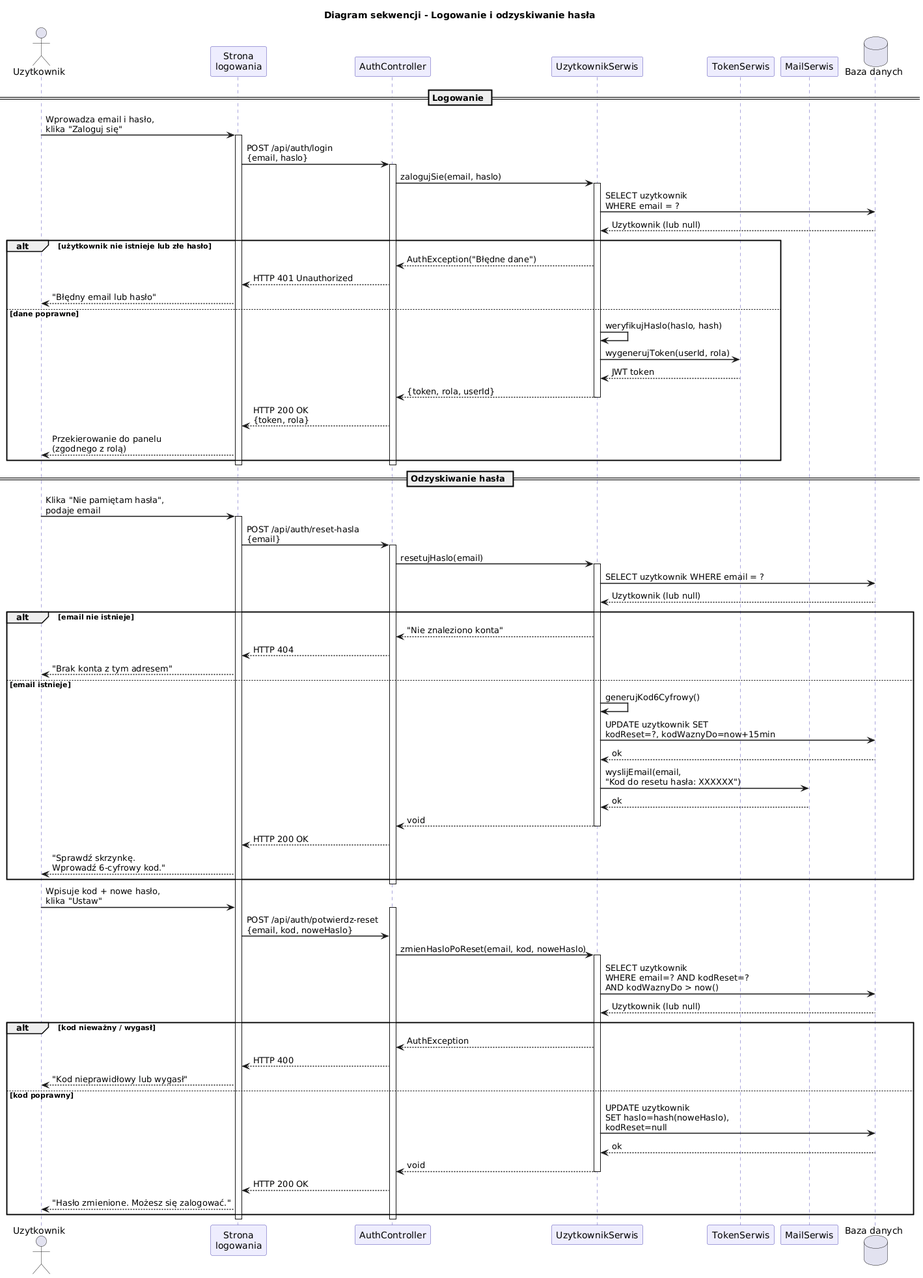
lukaszdeja/Delfinek keeps this PlantUML diagram as DiagramySekwencji/logowanieSekwencja.png. Above is the earlier version. Source of this version:
```plantuml
@startuml
title Diagram sekwencji - Logowanie i odzyskiwanie hasła

skinparam sequenceArrowThickness 1.5
skinparam participantBorderColor #534AB7
skinparam participantBackgroundColor #EEEDFE
skinparam sequenceLifeLineBorderColor #534AB7

actor Uzytkownik as U
participant "Strona\nlogowania" as UI
participant "AuthController" as CTRL
participant "UzytkownikSerwis" as US
participant "TokenSerwis" as TS
participant "MailSerwis" as MAIL
database "Baza danych" as DB

== Logowanie ==
U -> UI : Wprowadza email i hasło,\nklika "Zaloguj się"
activate UI

UI -> CTRL : POST /api/auth/login\n{email, haslo}
activate CTRL

CTRL -> US : zalogujSie(email, haslo)
activate US
US -> DB : SELECT uzytkownik\nWHERE email = ?
DB --> US : Uzytkownik (lub null)

alt użytkownik nie istnieje lub złe hasło
    US --> CTRL : AuthException("Błędne dane")
    CTRL --> UI : HTTP 401 Unauthorized
    UI --> U : "Błędny email lub hasło"
else dane poprawne
    US -> US : weryfikujHaslo(haslo, hash)
    US -> TS : wygenerujToken(userId, rola)
    TS --> US : JWT token
    US --> CTRL : {token, rola, userId}
    deactivate US
    CTRL --> UI : HTTP 200 OK\n{token, rola}
    UI --> U : Przekierowanie do panelu\n(zgodnego z rolą)
end

deactivate CTRL
deactivate UI

== Odzyskiwanie hasła ==
U -> UI : Klika "Nie pamiętam hasła",\npodaje email
activate UI

UI -> CTRL : POST /api/auth/reset-hasla\n{email}
activate CTRL

CTRL -> US : resetujHaslo(email)
activate US
US -> DB : SELECT uzytkownik WHERE email = ?
DB --> US : Uzytkownik (lub null)

alt email nie istnieje
    US --> CTRL : "Nie znaleziono konta"
    CTRL --> UI : HTTP 404
    UI --> U : "Brak konta z tym adresem"
else email istnieje
    US -> US : generujKod6Cyfrowy()
    US -> DB : UPDATE uzytkownik SET\nkodReset=?, kodWaznyDo=now+15min
    DB --> US : ok
    US -> MAIL : wyslijEmail(email,\n"Kod do resetu hasła: XXXXXX")
    MAIL --> US : ok
    US --> CTRL : void
    deactivate US
    CTRL --> UI : HTTP 200 OK
    UI --> U : "Sprawdź skrzynkę.\nWprowadź 6-cyfrowy kod."
end

deactivate CTRL

U -> UI : Wpisuje kod + nowe hasło,\nklika "Ustaw"
activate CTRL
UI -> CTRL : POST /api/auth/potwierdz-reset\n{email, kod, noweHaslo}
CTRL -> US : zmienHasloPoReset(email, kod, noweHaslo)
activate US
US -> DB : SELECT uzytkownik\nWHERE email=? AND kodReset=?\nAND kodWaznyDo > now()
DB --> US : Uzytkownik (lub null)
alt kod nieważny / wygasł
    US --> CTRL : AuthException
    CTRL --> UI : HTTP 400
    UI --> U : "Kod nieprawidłowy lub wygasł"
else kod poprawny
    US -> DB : UPDATE uzytkownik\nSET haslo=hash(noweHaslo),\nkodReset=null
    DB --> US : ok
    US --> CTRL : void
    deactivate US
    CTRL --> UI : HTTP 200 OK
    UI --> U : "Hasło zmienione. Możesz się zalogować."
end
deactivate CTRL
deactivate UI
@enduml
```
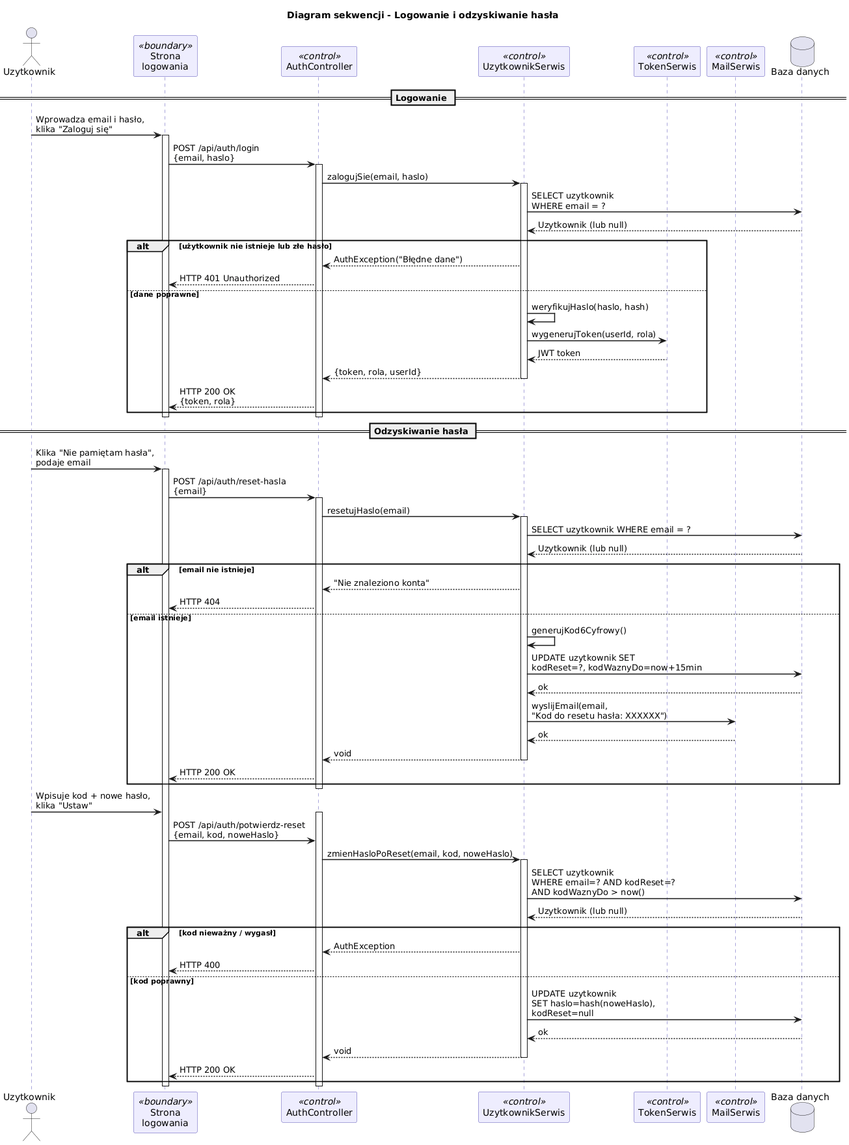
Later version of the same file.

The edit, as a diff of the source:
```diff
@@ -7,11 +7,11 @@
 skinparam sequenceLifeLineBorderColor #534AB7
 
 actor Uzytkownik as U
-participant "Strona\nlogowania" as UI
-participant "AuthController" as CTRL
-participant "UzytkownikSerwis" as US
-participant "TokenSerwis" as TS
-participant "MailSerwis" as MAIL
+participant "Strona\nlogowania" as UI <<boundary>>
+participant "AuthController" as CTRL <<control>>
+participant "UzytkownikSerwis" as US <<control>>
+participant "TokenSerwis" as TS <<control>>
+participant "MailSerwis" as MAIL <<control>>
 database "Baza danych" as DB
 
 == Logowanie ==
@@ -29,7 +29,6 @@
 alt użytkownik nie istnieje lub złe hasło
     US --> CTRL : AuthException("Błędne dane")
     CTRL --> UI : HTTP 401 Unauthorized
-    UI --> U : "Błędny email lub hasło"
 else dane poprawne
     US -> US : weryfikujHaslo(haslo, hash)
     US -> TS : wygenerujToken(userId, rola)
@@ -37,7 +36,6 @@
     US --> CTRL : {token, rola, userId}
     deactivate US
     CTRL --> UI : HTTP 200 OK\n{token, rola}
-    UI --> U : Przekierowanie do panelu\n(zgodnego z rolą)
 end
 
 deactivate CTRL
@@ -58,7 +56,6 @@
 alt email nie istnieje
     US --> CTRL : "Nie znaleziono konta"
     CTRL --> UI : HTTP 404
-    UI --> U : "Brak konta z tym adresem"
 else email istnieje
     US -> US : generujKod6Cyfrowy()
     US -> DB : UPDATE uzytkownik SET\nkodReset=?, kodWaznyDo=now+15min
@@ -68,7 +65,6 @@
     US --> CTRL : void
     deactivate US
     CTRL --> UI : HTTP 200 OK
-    UI --> U : "Sprawdź skrzynkę.\nWprowadź 6-cyfrowy kod."
 end
 
 deactivate CTRL
@@ -83,14 +79,12 @@
 alt kod nieważny / wygasł
     US --> CTRL : AuthException
     CTRL --> UI : HTTP 400
-    UI --> U : "Kod nieprawidłowy lub wygasł"
 else kod poprawny
     US -> DB : UPDATE uzytkownik\nSET haslo=hash(noweHaslo),\nkodReset=null
     DB --> US : ok
     US --> CTRL : void
     deactivate US
     CTRL --> UI : HTTP 200 OK
-    UI --> U : "Hasło zmienione. Możesz się zalogować."
 end
 deactivate CTRL
 deactivate UI
```
